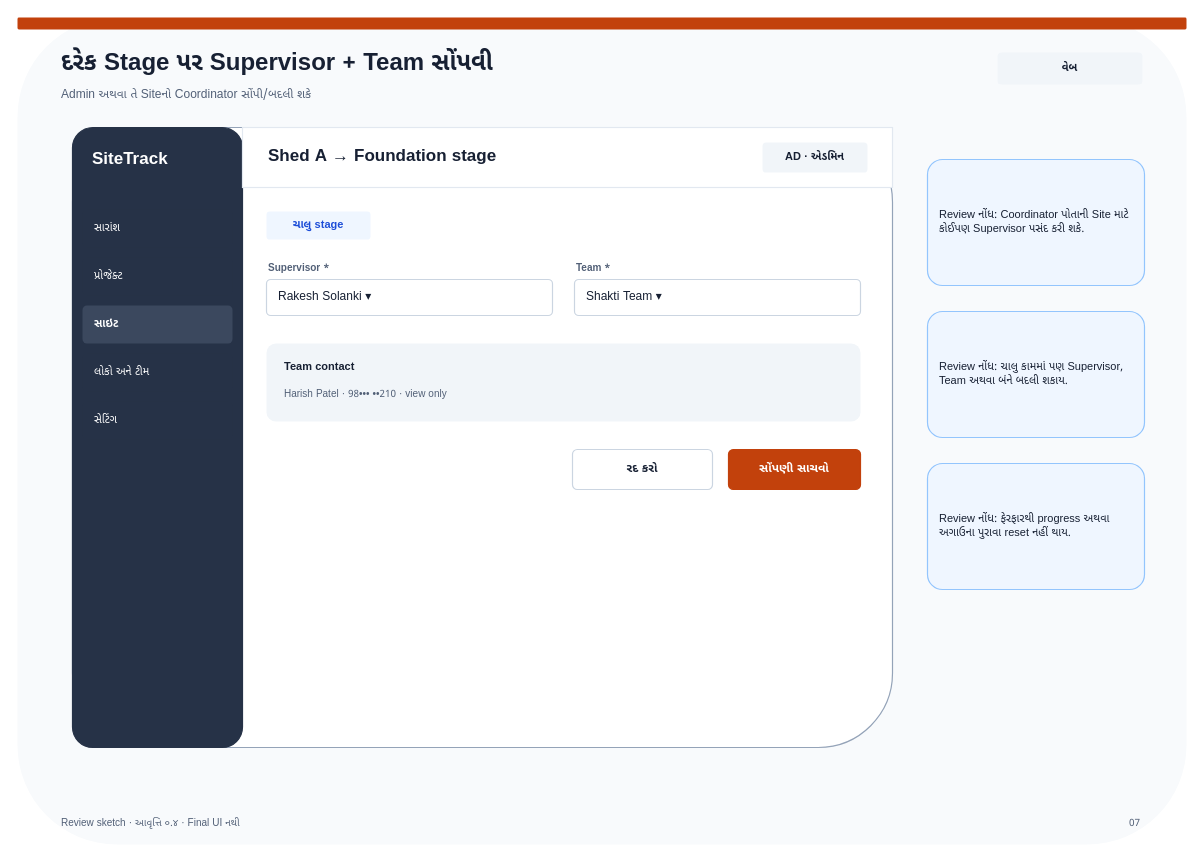
Above: page "07 · Assign a Supervisor + Team to each Stage" (8 of 18) of review/site-tracking-screen-sketches-v0.4.drawio in dbmoradiya/site-tracking-system (draw.io), before the change. Source tidied: cells renumbered, new cells numbered last; positions are measured from the earlier drawing's top-left corner, leaving out a move shared by most shapes. Both pictures are drawn from the tidied source at 100%, with x=0, y=0 at pixel (17, 17).
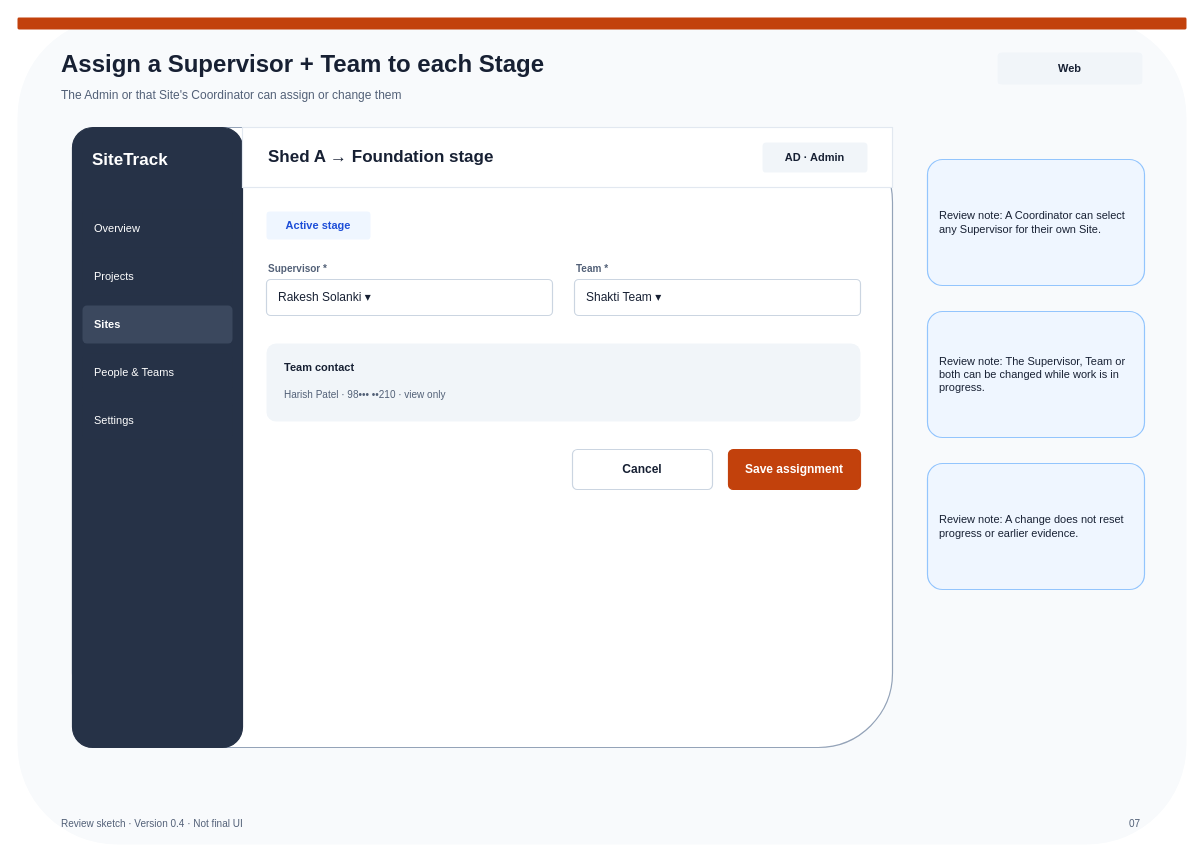
After the change.

Change to the diagram source:
```diff
@@
-    <mxCell id="2" style="rounded=1;whiteSpace=wrap;html=1;fillColor=#F8FAFC;strokeColor=none;strokeWidth=1.2;fontFamily=Noto Sans Gujarati;fontSize=13;fontColor=#172033;fontStyle=0;align=left;verticalAlign=middle;spacingLeft=10;spacingRight=10;spacingTop=6;spacingBottom=6;dashed=0;arcSize=12;" parent="1" vertex="1">
+    <mxCell id="2" style="rounded=1;whiteSpace=wrap;html=1;fillColor=#F8FAFC;strokeColor=none;strokeWidth=1.2;fontFamily=Arial;fontSize=13;fontColor=#172033;fontStyle=0;align=left;verticalAlign=middle;spacingLeft=10;spacingRight=10;spacingTop=6;spacingBottom=6;dashed=0;arcSize=12;" parent="1" vertex="1">
       <mxGeometry width="1169" height="827" as="geometry" />
     </mxCell>
-    <mxCell id="3" style="rounded=1;whiteSpace=wrap;html=1;fillColor=#C2410C;strokeColor=none;strokeWidth=1.2;fontFamily=Noto Sans Gujarati;fontSize=13;fontColor=#172033;fontStyle=0;align=left;verticalAlign=middle;spacingLeft=10;spacingRight=10;spacingTop=6;spacingBottom=6;dashed=0;arcSize=12;" parent="1" vertex="1">
+    <mxCell id="3" style="rounded=1;whiteSpace=wrap;html=1;fillColor=#C2410C;strokeColor=none;strokeWidth=1.2;fontFamily=Arial;fontSize=13;fontColor=#172033;fontStyle=0;align=left;verticalAlign=middle;spacingLeft=10;spacingRight=10;spacingTop=6;spacingBottom=6;dashed=0;arcSize=12;" parent="1" vertex="1">
       <mxGeometry width="1169" height="12" as="geometry" />
     </mxCell>
-    <mxCell id="4" value="દરેક Stage પર Supervisor + Team સોંપવી" style="text;html=1;strokeColor=none;fillColor=none;whiteSpace=wrap;fontFamily=Noto Sans Gujarati;fontSize=24;fontColor=#172033;fontStyle=1;align=left;verticalAlign=middle;" parent="1" vertex="1">
+    <mxCell id="4" value="Assign a Supervisor + Team to each Stage" style="text;html=1;strokeColor=none;fillColor=none;whiteSpace=wrap;fontFamily=Arial;fontSize=24;fontColor=#172033;fontStyle=1;align=left;verticalAlign=middle;" parent="1" vertex="1">
       <mxGeometry x="42" y="30" width="875" height="34" as="geometry" />
     </mxCell>
-    <mxCell id="5" value="Admin અથવા તે Siteનો Coordinator સોંપી/બદલી શકે" style="text;html=1;strokeColor=none;fillColor=none;whiteSpace=wrap;fontFamily=Noto Sans Gujarati;fontSize=12;fontColor=#526077;fontStyle=0;align=left;verticalAlign=middle;" parent="1" vertex="1">
+    <mxCell id="5" value="The Admin or that Site's Coordinator can assign or change them" style="text;html=1;strokeColor=none;fillColor=none;whiteSpace=wrap;fontFamily=Arial;fontSize=12;fontColor=#526077;fontStyle=0;align=left;verticalAlign=middle;" parent="1" vertex="1">
       <mxGeometry x="42" y="66" width="900" height="24" as="geometry" />
     </mxCell>
-    <mxCell id="6" value="વેબ" style="rounded=1;whiteSpace=wrap;html=1;fillColor=#F1F5F9;strokeColor=none;strokeWidth=1.2;fontFamily=Noto Sans Gujarati;fontSize=11;fontColor=#172033;fontStyle=1;align=center;verticalAlign=middle;spacingLeft=10;spacingRight=10;spacingTop=6;spacingBottom=6;dashed=0;arcSize=12;" parent="1" vertex="1">
+    <mxCell id="6" value="Web" style="rounded=1;whiteSpace=wrap;html=1;fillColor=#F1F5F9;strokeColor=none;strokeWidth=1.2;fontFamily=Arial;fontSize=11;fontColor=#172033;fontStyle=1;align=center;verticalAlign=middle;spacingLeft=10;spacingRight=10;spacingTop=6;spacingBottom=6;dashed=0;arcSize=12;" parent="1" vertex="1">
       <mxGeometry x="980" y="35" width="145" height="32" as="geometry" />
     </mxCell>
-    <mxCell id="7" value="Review sketch · આવૃત્તિ ૦.૪ · Final UI નથી" style="text;html=1;strokeColor=none;fillColor=none;whiteSpace=wrap;fontFamily=Noto Sans Gujarati;fontSize=10;fontColor=#526077;fontStyle=0;align=left;verticalAlign=middle;" parent="1" vertex="1">
+    <mxCell id="7" value="Review sketch · Version 0.4 · Not final UI" style="text;html=1;strokeColor=none;fillColor=none;whiteSpace=wrap;fontFamily=Arial;fontSize=10;fontColor=#526077;fontStyle=0;align=left;verticalAlign=middle;" parent="1" vertex="1">
       <mxGeometry x="42" y="797" width="930" height="18" as="geometry" />
     </mxCell>
-    <mxCell id="8" value="07" style="text;html=1;strokeColor=none;fillColor=none;whiteSpace=wrap;fontFamily=Noto Sans Gujarati;fontSize=10;fontColor=#526077;fontStyle=0;align=right;verticalAlign=middle;" parent="1" vertex="1">
+    <mxCell id="8" value="07" style="text;html=1;strokeColor=none;fillColor=none;whiteSpace=wrap;fontFamily=Arial;fontSize=10;fontColor=#526077;fontStyle=0;align=right;verticalAlign=middle;" parent="1" vertex="1">
       <mxGeometry x="1030" y="797" width="95" height="18" as="geometry" />
     </mxCell>
-    <mxCell id="9" style="rounded=1;whiteSpace=wrap;html=1;fillColor=#FFFFFF;strokeColor=#94A3B8;strokeWidth=1.2;fontFamily=Noto Sans Gujarati;fontSize=13;fontColor=#172033;fontStyle=0;align=left;verticalAlign=middle;spacingLeft=10;spacingRight=10;spacingTop=6;spacingBottom=6;dashed=0;arcSize=12;" parent="1" vertex="1">
+    <mxCell id="9" style="rounded=1;whiteSpace=wrap;html=1;fillColor=#FFFFFF;strokeColor=#94A3B8;strokeWidth=1.2;fontFamily=Arial;fontSize=13;fontColor=#172033;fontStyle=0;align=left;verticalAlign=middle;spacingLeft=10;spacingRight=10;spacingTop=6;spacingBottom=6;dashed=0;arcSize=12;" parent="1" vertex="1">
       <mxGeometry x="55" y="110" width="820" height="620" as="geometry" />
     </mxCell>
-    <mxCell id="10" style="rounded=1;whiteSpace=wrap;html=1;fillColor=#263247;strokeColor=#263247;strokeWidth=1.2;fontFamily=Noto Sans Gujarati;fontSize=13;fontColor=#172033;fontStyle=0;align=left;verticalAlign=middle;spacingLeft=10;spacingRight=10;spacingTop=6;spacingBottom=6;dashed=0;arcSize=12;" parent="1" vertex="1">
+    <mxCell id="10" style="rounded=1;whiteSpace=wrap;html=1;fillColor=#263247;strokeColor=#263247;strokeWidth=1.2;fontFamily=Arial;fontSize=13;fontColor=#172033;fontStyle=0;align=left;verticalAlign=middle;spacingLeft=10;spacingRight=10;spacingTop=6;spacingBottom=6;dashed=0;arcSize=12;" parent="1" vertex="1">
       <mxGeometry x="55" y="110" width="170" height="620" as="geometry" />
     </mxCell>
-    <mxCell id="11" value="SiteTrack" style="text;html=1;strokeColor=none;fillColor=none;whiteSpace=wrap;fontFamily=Noto Sans Gujarati;fontSize=17;fontColor=#FFFFFF;fontStyle=1;align=left;verticalAlign=middle;" parent="1" vertex="1">
+    <mxCell id="11" value="SiteTrack" style="text;html=1;strokeColor=none;fillColor=none;whiteSpace=wrap;fontFamily=Arial;fontSize=17;fontColor=#FFFFFF;fontStyle=1;align=left;verticalAlign=middle;" parent="1" vertex="1">
       <mxGeometry x="73" y="128" width="135" height="30" as="geometry" />
     </mxCell>
-    <mxCell id="12" value="સારાંશ" style="rounded=1;whiteSpace=wrap;html=1;fillColor=#263247;strokeColor=none;strokeWidth=1.2;fontFamily=Noto Sans Gujarati;fontSize=11;fontColor=#FFFFFF;fontStyle=0;align=left;verticalAlign=middle;spacingLeft=10;spacingRight=10;spacingTop=6;spacingBottom=6;dashed=0;arcSize=12;" parent="1" vertex="1">
+    <mxCell id="12" value="Overview" style="rounded=1;whiteSpace=wrap;html=1;fillColor=#263247;strokeColor=none;strokeWidth=1.2;fontFamily=Arial;fontSize=11;fontColor=#FFFFFF;fontStyle=0;align=left;verticalAlign=middle;spacingLeft=10;spacingRight=10;spacingTop=6;spacingBottom=6;dashed=0;arcSize=12;" parent="1" vertex="1">
       <mxGeometry x="65" y="192" width="150" height="38" as="geometry" />
     </mxCell>
-    <mxCell id="13" value="પ્રોજેક્ટ" style="rounded=1;whiteSpace=wrap;html=1;fillColor=#263247;strokeColor=none;strokeWidth=1.2;fontFamily=Noto Sans Gujarati;fontSize=11;fontColor=#FFFFFF;fontStyle=0;align=left;verticalAlign=middle;spacingLeft=10;spacingRight=10;spacingTop=6;spacingBottom=6;dashed=0;arcSize=12;" parent="1" vertex="1">
+    <mxCell id="13" value="Projects" style="rounded=1;whiteSpace=wrap;html=1;fillColor=#263247;strokeColor=none;strokeWidth=1.2;fontFamily=Arial;fontSize=11;fontColor=#FFFFFF;fontStyle=0;align=left;verticalAlign=middle;spacingLeft=10;spacingRight=10;spacingTop=6;spacingBottom=6;dashed=0;arcSize=12;" parent="1" vertex="1">
       <mxGeometry x="65" y="240" width="150" height="38" as="geometry" />
     </mxCell>
-    <mxCell id="14" value="સાઇટ" style="rounded=1;whiteSpace=wrap;html=1;fillColor=#3B485E;strokeColor=none;strokeWidth=1.2;fontFamily=Noto Sans Gujarati;fontSize=11;fontColor=#FFFFFF;fontStyle=1;align=left;verticalAlign=middle;spacingLeft=10;spacingRight=10;spacingTop=6;spacingBottom=6;dashed=0;arcSize=12;" parent="1" vertex="1">
+    <mxCell id="14" value="Sites" style="rounded=1;whiteSpace=wrap;html=1;fillColor=#3B485E;strokeColor=none;strokeWidth=1.2;fontFamily=Arial;fontSize=11;fontColor=#FFFFFF;fontStyle=1;align=left;verticalAlign=middle;spacingLeft=10;spacingRight=10;spacingTop=6;spacingBottom=6;dashed=0;arcSize=12;" parent="1" vertex="1">
       <mxGeometry x="65" y="288" width="150" height="38" as="geometry" />
     </mxCell>
-    <mxCell id="15" value="લોકો અને ટીમ" style="rounded=1;whiteSpace=wrap;html=1;fillColor=#263247;strokeColor=none;strokeWidth=1.2;fontFamily=Noto Sans Gujarati;fontSize=11;fontColor=#FFFFFF;fontStyle=0;align=left;verticalAlign=middle;spacingLeft=10;spacingRight=10;spacingTop=6;spacingBottom=6;dashed=0;arcSize=12;" parent="1" vertex="1">
+    <mxCell id="15" value="People &amp; Teams" style="rounded=1;whiteSpace=wrap;html=1;fillColor=#263247;strokeColor=none;strokeWidth=1.2;fontFamily=Arial;fontSize=11;fontColor=#FFFFFF;fontStyle=0;align=left;verticalAlign=middle;spacingLeft=10;spacingRight=10;spacingTop=6;spacingBottom=6;dashed=0;arcSize=12;" parent="1" vertex="1">
       <mxGeometry x="65" y="336" width="150" height="38" as="geometry" />
     </mxCell>
-    <mxCell id="16" value="સેટિંગ" style="rounded=1;whiteSpace=wrap;html=1;fillColor=#263247;strokeColor=none;strokeWidth=1.2;fontFamily=Noto Sans Gujarati;fontSize=11;fontColor=#FFFFFF;fontStyle=0;align=left;verticalAlign=middle;spacingLeft=10;spacingRight=10;spacingTop=6;spacingBottom=6;dashed=0;arcSize=12;" parent="1" vertex="1">
+    <mxCell id="16" value="Settings" style="rounded=1;whiteSpace=wrap;html=1;fillColor=#263247;strokeColor=none;strokeWidth=1.2;fontFamily=Arial;fontSize=11;fontColor=#FFFFFF;fontStyle=0;align=left;verticalAlign=middle;spacingLeft=10;spacingRight=10;spacingTop=6;spacingBottom=6;dashed=0;arcSize=12;" parent="1" vertex="1">
       <mxGeometry x="65" y="384" width="150" height="38" as="geometry" />
     </mxCell>
-    <mxCell id="17" style="rounded=0;whiteSpace=wrap;html=1;fillColor=#FFFFFF;strokeColor=#E2E8F0;strokeWidth=1.2;fontFamily=Noto Sans Gujarati;fontSize=13;fontColor=#172033;fontStyle=0;align=left;verticalAlign=middle;spacingLeft=10;spacingRight=10;spacingTop=6;spacingBottom=6;dashed=0;arcSize=12;" parent="1" vertex="1">
+    <mxCell id="17" style="rounded=0;whiteSpace=wrap;html=1;fillColor=#FFFFFF;strokeColor=#E2E8F0;strokeWidth=1.2;fontFamily=Arial;fontSize=13;fontColor=#172033;fontStyle=0;align=left;verticalAlign=middle;spacingLeft=10;spacingRight=10;spacingTop=6;spacingBottom=6;dashed=0;arcSize=12;" parent="1" vertex="1">
       <mxGeometry x="225" y="110" width="650" height="60" as="geometry" />
     </mxCell>
-    <mxCell id="18" value="Shed A → Foundation stage" style="text;html=1;strokeColor=none;fillColor=none;whiteSpace=wrap;fontFamily=Noto Sans Gujarati;fontSize=17;fontColor=#172033;fontStyle=1;align=left;verticalAlign=middle;" parent="1" vertex="1">
+    <mxCell id="18" value="Shed A → Foundation stage" style="text;html=1;strokeColor=none;fillColor=none;whiteSpace=wrap;fontFamily=Arial;fontSize=17;fontColor=#172033;fontStyle=1;align=left;verticalAlign=middle;" parent="1" vertex="1">
       <mxGeometry x="249" y="125" width="400" height="30" as="geometry" />
     </mxCell>
-    <mxCell id="19" value="AD · એડમિન" style="rounded=1;whiteSpace=wrap;html=1;fillColor=#F1F5F9;strokeColor=none;strokeWidth=1.2;fontFamily=Noto Sans Gujarati;fontSize=11;fontColor=#172033;fontStyle=1;align=center;verticalAlign=middle;spacingLeft=10;spacingRight=10;spacingTop=6;spacingBottom=6;dashed=0;arcSize=12;" parent="1" vertex="1">
+    <mxCell id="19" value="AD · Admin" style="rounded=1;whiteSpace=wrap;html=1;fillColor=#F1F5F9;strokeColor=none;strokeWidth=1.2;fontFamily=Arial;fontSize=11;fontColor=#172033;fontStyle=1;align=center;verticalAlign=middle;spacingLeft=10;spacingRight=10;spacingTop=6;spacingBottom=6;dashed=0;arcSize=12;" parent="1" vertex="1">
       <mxGeometry x="745" y="125" width="105" height="30" as="geometry" />
     </mxCell>
-    <mxCell id="20" value="ચાલુ stage" style="rounded=1;whiteSpace=wrap;html=1;fillColor=#EFF6FF;strokeColor=none;strokeWidth=1.2;fontFamily=Noto Sans Gujarati;fontSize=11;fontColor=#1D4ED8;fontStyle=1;align=center;verticalAlign=middle;spacingLeft=10;spacingRight=10;spacingTop=6;spacingBottom=6;dashed=0;arcSize=12;" parent="1" vertex="1">
+    <mxCell id="20" value="Active stage" style="rounded=1;whiteSpace=wrap;html=1;fillColor=#EFF6FF;strokeColor=none;strokeWidth=1.2;fontFamily=Arial;fontSize=11;fontColor=#1D4ED8;fontStyle=1;align=center;verticalAlign=middle;spacingLeft=10;spacingRight=10;spacingTop=6;spacingBottom=6;dashed=0;arcSize=12;" parent="1" vertex="1">
       <mxGeometry x="249" y="194" width="104" height="28" as="geometry" />
     </mxCell>
-    <mxCell id="21" value="Supervisor *" style="text;html=1;strokeColor=none;fillColor=none;whiteSpace=wrap;fontFamily=Noto Sans Gujarati;fontSize=10;fontColor=#526077;fontStyle=1;align=left;verticalAlign=middle;" parent="1" vertex="1">
+    <mxCell id="21" value="Supervisor *" style="text;html=1;strokeColor=none;fillColor=none;whiteSpace=wrap;fontFamily=Arial;fontSize=10;fontColor=#526077;fontStyle=1;align=left;verticalAlign=middle;" parent="1" vertex="1">
       <mxGeometry x="249" y="242" width="286" height="18" as="geometry" />
     </mxCell>
-    <mxCell id="22" value="Rakesh Solanki  ▾" style="rounded=1;whiteSpace=wrap;html=1;fillColor=#FFFFFF;strokeColor=#CBD5E1;strokeWidth=1.2;fontFamily=Noto Sans Gujarati;fontSize=12;fontColor=#172033;fontStyle=0;align=left;verticalAlign=middle;spacingLeft=10;spacingRight=10;spacingTop=6;spacingBottom=6;dashed=0;arcSize=12;" parent="1" vertex="1">
+    <mxCell id="22" value="Rakesh Solanki  ▾" style="rounded=1;whiteSpace=wrap;html=1;fillColor=#FFFFFF;strokeColor=#CBD5E1;strokeWidth=1.2;fontFamily=Arial;fontSize=12;fontColor=#172033;fontStyle=0;align=left;verticalAlign=middle;spacingLeft=10;spacingRight=10;spacingTop=6;spacingBottom=6;dashed=0;arcSize=12;" parent="1" vertex="1">
       <mxGeometry x="249" y="262" width="286" height="36" as="geometry" />
     </mxCell>
-    <mxCell id="23" value="Team *" style="text;html=1;strokeColor=none;fillColor=none;whiteSpace=wrap;fontFamily=Noto Sans Gujarati;fontSize=10;fontColor=#526077;fontStyle=1;align=left;verticalAlign=middle;" parent="1" vertex="1">
+    <mxCell id="23" value="Team *" style="text;html=1;strokeColor=none;fillColor=none;whiteSpace=wrap;fontFamily=Arial;fontSize=10;fontColor=#526077;fontStyle=1;align=left;verticalAlign=middle;" parent="1" vertex="1">
       <mxGeometry x="557" y="242" width="286" height="18" as="geometry" />
     </mxCell>
-    <mxCell id="24" value="Shakti Team  ▾" style="rounded=1;whiteSpace=wrap;html=1;fillColor=#FFFFFF;strokeColor=#CBD5E1;strokeWidth=1.2;fontFamily=Noto Sans Gujarati;fontSize=12;fontColor=#172033;fontStyle=0;align=left;verticalAlign=middle;spacingLeft=10;spacingRight=10;spacingTop=6;spacingBottom=6;dashed=0;arcSize=12;" parent="1" vertex="1">
+    <mxCell id="24" value="Shakti Team  ▾" style="rounded=1;whiteSpace=wrap;html=1;fillColor=#FFFFFF;strokeColor=#CBD5E1;strokeWidth=1.2;fontFamily=Arial;fontSize=12;fontColor=#172033;fontStyle=0;align=left;verticalAlign=middle;spacingLeft=10;spacingRight=10;spacingTop=6;spacingBottom=6;dashed=0;arcSize=12;" parent="1" vertex="1">
       <mxGeometry x="557" y="262" width="286" height="36" as="geometry" />
     </mxCell>
-    <mxCell id="25" style="rounded=1;whiteSpace=wrap;html=1;fillColor=#F1F5F9;strokeColor=none;strokeWidth=1.2;fontFamily=Noto Sans Gujarati;fontSize=13;fontColor=#172033;fontStyle=0;align=left;verticalAlign=middle;spacingLeft=10;spacingRight=10;spacingTop=6;spacingBottom=6;dashed=0;arcSize=12;" parent="1" vertex="1">
+    <mxCell id="25" style="rounded=1;whiteSpace=wrap;html=1;fillColor=#F1F5F9;strokeColor=none;strokeWidth=1.2;fontFamily=Arial;fontSize=13;fontColor=#172033;fontStyle=0;align=left;verticalAlign=middle;spacingLeft=10;spacingRight=10;spacingTop=6;spacingBottom=6;dashed=0;arcSize=12;" parent="1" vertex="1">
       <mxGeometry x="249" y="326" width="594" height="78" as="geometry" />
     </mxCell>
-    <mxCell id="26" value="Team contact" style="text;html=1;strokeColor=none;fillColor=none;whiteSpace=wrap;fontFamily=Noto Sans Gujarati;fontSize=11;fontColor=#172033;fontStyle=1;align=left;verticalAlign=middle;" parent="1" vertex="1">
+    <mxCell id="26" value="Team contact" style="text;html=1;strokeColor=none;fillColor=none;whiteSpace=wrap;fontFamily=Arial;fontSize=11;fontColor=#172033;fontStyle=1;align=left;verticalAlign=middle;" parent="1" vertex="1">
       <mxGeometry x="265" y="338" width="540" height="24" as="geometry" />
     </mxCell>
-    <mxCell id="27" value="Harish Patel · 98••• ••210 · view only" style="text;html=1;strokeColor=none;fillColor=none;whiteSpace=wrap;fontFamily=Noto Sans Gujarati;fontSize=10;fontColor=#526077;fontStyle=0;align=left;verticalAlign=middle;" parent="1" vertex="1">
+    <mxCell id="27" value="Harish Patel · 98••• ••210 · view only" style="text;html=1;strokeColor=none;fillColor=none;whiteSpace=wrap;fontFamily=Arial;fontSize=10;fontColor=#526077;fontStyle=0;align=left;verticalAlign=middle;" parent="1" vertex="1">
       <mxGeometry x="265" y="366" width="540" height="22" as="geometry" />
     </mxCell>
-    <mxCell id="28" value="રદ કરો" style="rounded=1;whiteSpace=wrap;html=1;fillColor=#FFFFFF;strokeColor=#CBD5E1;strokeWidth=1.2;fontFamily=Noto Sans Gujarati;fontSize=12;fontColor=#172033;fontStyle=1;align=center;verticalAlign=middle;spacingLeft=10;spacingRight=10;spacingTop=6;spacingBottom=6;dashed=0;arcSize=12;" parent="1" vertex="1">
+    <mxCell id="28" value="Cancel" style="rounded=1;whiteSpace=wrap;html=1;fillColor=#FFFFFF;strokeColor=#CBD5E1;strokeWidth=1.2;fontFamily=Arial;fontSize=12;fontColor=#172033;fontStyle=1;align=center;verticalAlign=middle;spacingLeft=10;spacingRight=10;spacingTop=6;spacingBottom=6;dashed=0;arcSize=12;" parent="1" vertex="1">
       <mxGeometry x="555" y="432" width="140" height="40" as="geometry" />
     </mxCell>
-    <mxCell id="29" value="સોંપણી સાચવો" style="rounded=1;whiteSpace=wrap;html=1;fillColor=#C2410C;strokeColor=#C2410C;strokeWidth=1.2;fontFamily=Noto Sans Gujarati;fontSize=12;fontColor=#FFFFFF;fontStyle=1;align=center;verticalAlign=middle;spacingLeft=10;spacingRight=10;spacingTop=6;spacingBottom=6;dashed=0;arcSize=12;" parent="1" vertex="1">
+    <mxCell id="29" value="Save assignment" style="rounded=1;whiteSpace=wrap;html=1;fillColor=#C2410C;strokeColor=#C2410C;strokeWidth=1.2;fontFamily=Arial;fontSize=12;fontColor=#FFFFFF;fontStyle=1;align=center;verticalAlign=middle;spacingLeft=10;spacingRight=10;spacingTop=6;spacingBottom=6;dashed=0;arcSize=12;" parent="1" vertex="1">
       <mxGeometry x="711" y="432" width="132" height="40" as="geometry" />
     </mxCell>
-    <mxCell id="30" value="Review નોંધ: Coordinator પોતાની Site માટે કોઈપણ Supervisor પસંદ કરી શકે." style="rounded=1;whiteSpace=wrap;html=1;fillColor=#EFF6FF;strokeColor=#93C5FD;strokeWidth=1.2;fontFamily=Noto Sans Gujarati;fontSize=11;fontColor=#172033;fontStyle=0;align=left;verticalAlign=middle;spacingLeft=10;spacingRight=10;spacingTop=6;spacingBottom=6;dashed=0;arcSize=12;" parent="1" vertex="1">
+    <mxCell id="30" value="Review note: A Coordinator can select any Supervisor for their own Site." style="rounded=1;whiteSpace=wrap;html=1;fillColor=#EFF6FF;strokeColor=#93C5FD;strokeWidth=1.2;fontFamily=Arial;fontSize=11;fontColor=#172033;fontStyle=0;align=left;verticalAlign=middle;spacingLeft=10;spacingRight=10;spacingTop=6;spacingBottom=6;dashed=0;arcSize=12;" parent="1" vertex="1">
       <mxGeometry x="910" y="142" width="217" height="126" as="geometry" />
     </mxCell>
-    <mxCell id="31" value="Review નોંધ: ચાલુ કામમાં પણ Supervisor, Team અથવા બંને બદલી શકાય." style="rounded=1;whiteSpace=wrap;html=1;fillColor=#EFF6FF;strokeColor=#93C5FD;strokeWidth=1.2;fontFamily=Noto Sans Gujarati;fontSize=11;fontColor=#172033;fontStyle=0;align=left;verticalAlign=middle;spacingLeft=10;spacingRight=10;spacingTop=6;spacingBottom=6;dashed=0;arcSize=12;" parent="1" vertex="1">
+    <mxCell id="31" value="Review note: The Supervisor, Team or both can be changed while work is in progress." style="rounded=1;whiteSpace=wrap;html=1;fillColor=#EFF6FF;strokeColor=#93C5FD;strokeWidth=1.2;fontFamily=Arial;fontSize=11;fontColor=#172033;fontStyle=0;align=left;verticalAlign=middle;spacingLeft=10;spacingRight=10;spacingTop=6;spacingBottom=6;dashed=0;arcSize=12;" parent="1" vertex="1">
       <mxGeometry x="910" y="294" width="217" height="126" as="geometry" />
     </mxCell>
-    <mxCell id="32" value="Review નોંધ: ફેરફારથી progress અથવા અગાઉના પુરાવા reset નહીં થાય." style="rounded=1;whiteSpace=wrap;html=1;fillColor=#EFF6FF;strokeColor=#93C5FD;strokeWidth=1.2;fontFamily=Noto Sans Gujarati;fontSize=11;fontColor=#172033;fontStyle=0;align=left;verticalAlign=middle;spacingLeft=10;spacingRight=10;spacingTop=6;spacingBottom=6;dashed=0;arcSize=12;" parent="1" vertex="1">
+    <mxCell id="32" value="Review note: A change does not reset progress or earlier evidence." style="rounded=1;whiteSpace=wrap;html=1;fillColor=#EFF6FF;strokeColor=#93C5FD;strokeWidth=1.2;fontFamily=Arial;fontSize=11;fontColor=#172033;fontStyle=0;align=left;verticalAlign=middle;spacingLeft=10;spacingRight=10;spacingTop=6;spacingBottom=6;dashed=0;arcSize=12;" parent="1" vertex="1">
       <mxGeometry x="910" y="446" width="217" height="126" as="geometry" />
     </mxCell>
```
